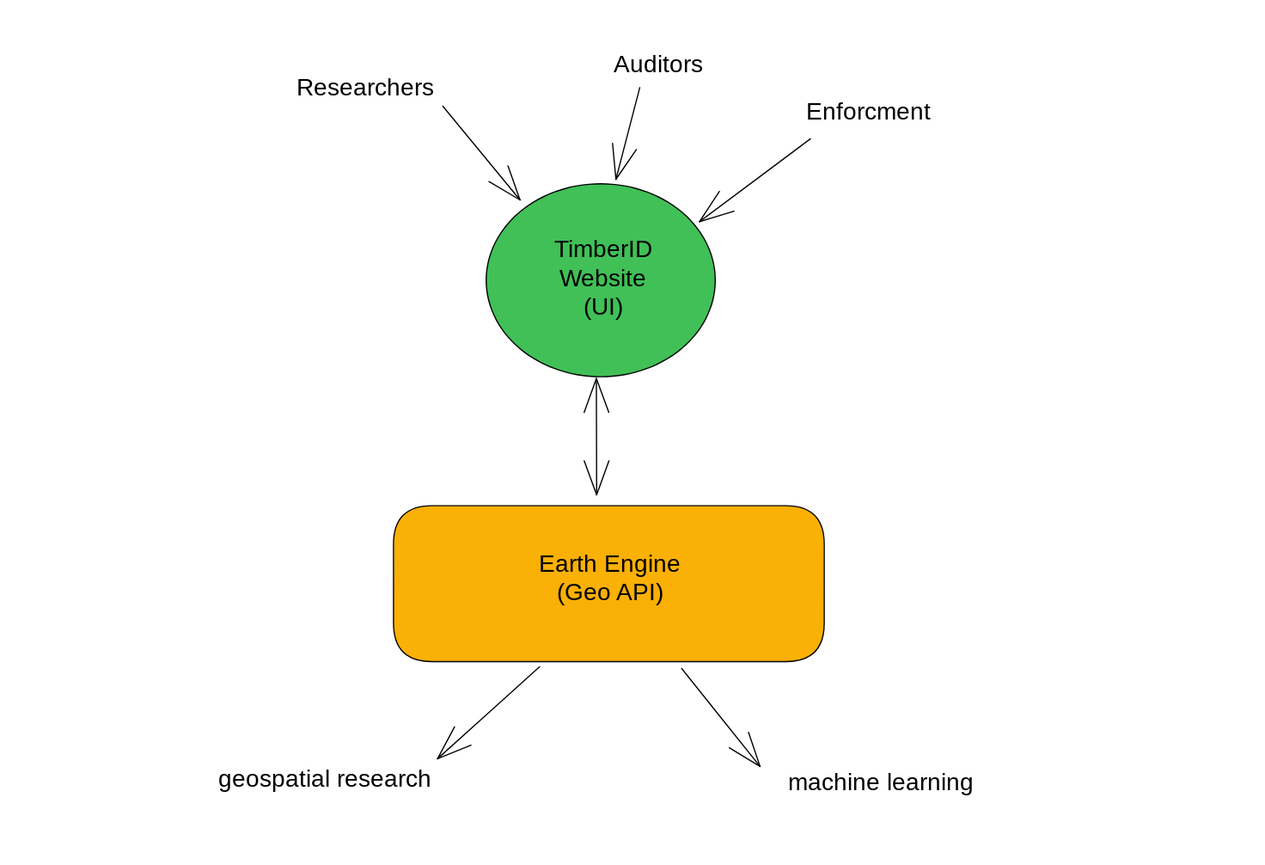
tnc-br/ddf-timberid-docs keeps this Excalidraw diagram as .gitbook/assets/file.excalidraw (4).svg. Above is the earlier version. Source tidied: one line per element, renumbered; positions are measured from the earlier drawing's top-left corner, leaving out a move shared by most shapes.
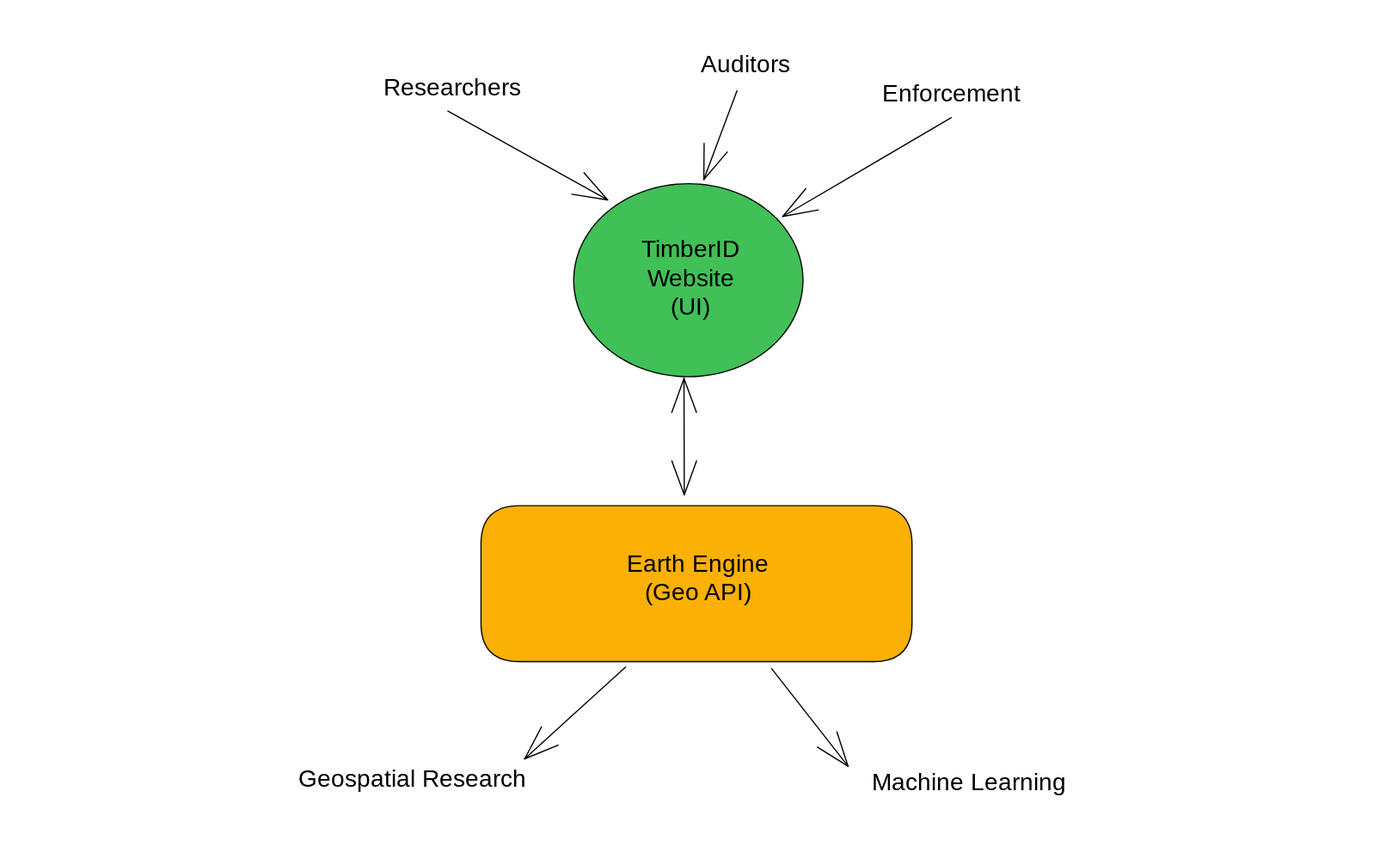
After the change.

Diff of the diagram source:
```diff
@@ -2,15 +2,15 @@
 {"id": 1, "type": "text", "text": "TimberID\nWebsite\n(UI)", "strokeColor": "#000000", "strokeWidth": 1, "roughness": 0, "fontSize": 20, "fontFamily": 3, "textAlign": "center", "x": 444, "y": 186, "width": 94, "height": 72}
 {"id": 2, "type": "rectangle", "strokeColor": "#000000", "backgroundColor": "#fab005", "fillStyle": "solid", "strokeWidth": 1, "roughness": 0, "round": true, "x": 317, "y": 410, "width": 358, "height": 130}
 {"id": 3, "type": "text", "text": "Earth Engine\n(Geo API)", "strokeColor": "#000000", "backgroundColor": "#ced4da", "fillStyle": "solid", "strokeWidth": 1, "roughness": 1, "fontSize": 20, "fontFamily": 3, "textAlign": "center", "x": 427, "y": 447, "width": 141, "height": 48}
-{"id": 4, "type": "arrow", "strokeColor": "#000000", "backgroundColor": "#ced4da", "fillStyle": "solid", "strokeWidth": 1, "roughness": 0, "endArrowhead": "arrow", "round": true, "from": 7, "to": 0, "x": 358, "y": 78, "width": 64, "height": 78, "points": [[0, 0], [64, 78]]}
+{"id": 4, "type": "arrow", "strokeColor": "#000000", "backgroundColor": "#ced4da", "fillStyle": "solid", "strokeWidth": 1, "roughness": 0, "endArrowhead": "arrow", "round": true, "from": 7, "to": 0, "x": 290, "y": 82, "width": 133, "height": 74, "points": [[0, 0], [133, 74]]}
-{"id": 5, "type": "arrow", "strokeColor": "#000000", "backgroundColor": "#ced4da", "fillStyle": "solid", "strokeWidth": 1, "roughness": 0, "endArrowhead": "arrow", "round": true, "from": 8, "to": 0, "x": 522, "y": 63, "width": 20, "height": 76, "points": [[0, 0], [-20, 76]]}
+{"id": 5, "type": "arrow", "strokeColor": "#000000", "backgroundColor": "#ced4da", "fillStyle": "solid", "strokeWidth": 1, "roughness": 0, "endArrowhead": "arrow", "round": true, "from": 8, "to": 0, "x": 530, "y": 65, "width": 28, "height": 74, "points": [[0, 0], [-28, 74]]}
-{"id": 6, "type": "arrow", "strokeColor": "#000000", "backgroundColor": "#ced4da", "fillStyle": "solid", "strokeWidth": 1, "roughness": 0, "endArrowhead": "arrow", "round": true, "from": 9, "to": 0, "x": 664, "y": 105, "width": 92, "height": 69, "points": [[0, 0], [-92, 69]]}
+{"id": 6, "type": "arrow", "strokeColor": "#000000", "backgroundColor": "#ced4da", "fillStyle": "solid", "strokeWidth": 1, "roughness": 0, "endArrowhead": "arrow", "round": true, "from": 9, "to": 0, "x": 708, "y": 88, "width": 140, "height": 82, "points": [[0, 0], [-140, 82]]}
 {"id": 7, "type": "text", "text": "Researchers", "strokeColor": "#000000", "backgroundColor": "#ced4da", "fillStyle": "solid", "strokeWidth": 1, "roughness": 1, "fontSize": 20, "fontFamily": 3, "textAlign": "center", "x": 229, "y": 51, "width": 129, "height": 24}
 {"id": 8, "type": "text", "text": "Auditors", "strokeColor": "#000000", "backgroundColor": "#ced4da", "fillStyle": "solid", "strokeWidth": 1, "roughness": 1, "fontSize": 20, "fontFamily": 3, "textAlign": "center", "x": 490, "y": 32, "width": 94, "height": 24}
-{"id": 9, "type": "text", "text": "Enforcment", "strokeColor": "#000000", "backgroundColor": "#ced4da", "fillStyle": "solid", "strokeWidth": 1, "roughness": 1, "fontSize": 20, "fontFamily": 3, "textAlign": "center", "x": 653, "y": 72, "width": 117, "height": 24}
+{"id": 9, "type": "text", "text": "Enforcement", "strokeColor": "#000000", "backgroundColor": "#ced4da", "fillStyle": "solid", "strokeWidth": 1, "roughness": 1, "fontSize": 20, "fontFamily": 3, "textAlign": "center", "x": 644, "y": 56, "width": 129, "height": 24}
 {"id": 10, "type": "arrow", "strokeColor": "#000000", "backgroundColor": "#ced4da", "fillStyle": "solid", "strokeWidth": 1, "roughness": 0, "startArrowhead": "arrow", "endArrowhead": "arrow", "round": true, "from": 0, "to": 2, "x": 486, "y": 304, "width": 0, "height": 97, "points": [[0, 0], [0, 97]]}
-{"id": 11, "type": "arrow", "strokeColor": "#000000", "backgroundColor": "#ced4da", "fillStyle": "solid", "strokeWidth": 1, "roughness": 0, "endArrowhead": "arrow", "round": true, "from": 2, "to": 12, "x": 439, "y": 544, "width": 85, "height": 76, "points": [[0, 0], [-85, 76]]}
+{"id": 11, "type": "arrow", "strokeColor": "#000000", "backgroundColor": "#ced4da", "fillStyle": "solid", "strokeWidth": 1, "roughness": 0, "endArrowhead": "arrow", "round": true, "from": 2, "to": 12, "x": 437, "y": 544, "width": 84, "height": 76, "points": [[0, 0], [-84, 76]]}
-{"id": 12, "type": "text", "text": "geospatial research", "strokeColor": "#000000", "backgroundColor": "#ced4da", "fillStyle": "solid", "strokeWidth": 1, "roughness": 1, "fontSize": 20, "fontFamily": 3, "textAlign": "center", "x": 149, "y": 626, "width": 223, "height": 24}
+{"id": 12, "type": "text", "text": "Geospatial Research", "strokeColor": "#000000", "backgroundColor": "#ced4da", "fillStyle": "solid", "strokeWidth": 1, "roughness": 1, "fontSize": 20, "fontFamily": 3, "textAlign": "center", "x": 149, "y": 626, "width": 223, "height": 24}
-{"id": 13, "type": "arrow", "strokeColor": "#000000", "backgroundColor": "#ced4da", "fillStyle": "solid", "strokeWidth": 1, "roughness": 0, "endArrowhead": "arrow", "round": true, "from": 2, "to": 14, "x": 557, "y": 545, "width": 65, "height": 81, "points": [[0, 0], [65, 81]]}
+{"id": 13, "type": "arrow", "strokeColor": "#000000", "backgroundColor": "#ced4da", "fillStyle": "solid", "strokeWidth": 1, "roughness": 0, "endArrowhead": "arrow", "round": true, "from": 2, "to": 14, "x": 559, "y": 545, "width": 64, "height": 81, "points": [[0, 0], [64, 81]]}
-{"id": 14, "type": "text", "text": "machine learning", "strokeColor": "#000000", "backgroundColor": "#ced4da", "fillStyle": "solid", "strokeWidth": 1, "roughness": 1, "fontSize": 20, "fontFamily": 3, "textAlign": "center", "x": 629, "y": 628, "width": 188, "height": 24}
+{"id": 14, "type": "text", "text": "Machine Learning", "strokeColor": "#000000", "backgroundColor": "#ced4da", "fillStyle": "solid", "strokeWidth": 1, "roughness": 1, "fontSize": 20, "fontFamily": 3, "textAlign": "center", "x": 629, "y": 628, "width": 188, "height": 24}
-{"id": 15, "type": "rectangle", "strokeColor": "transparent", "strokeWidth": 1, "roughness": 1, "round": true, "x": 0, "y": 0, "width": 1032, "height": 699}
+{"id": 15, "type": "rectangle", "strokeColor": "transparent", "strokeWidth": 1, "roughness": 1, "round": true, "x": -72, "y": 0, "width": 1136, "height": 699}
```
